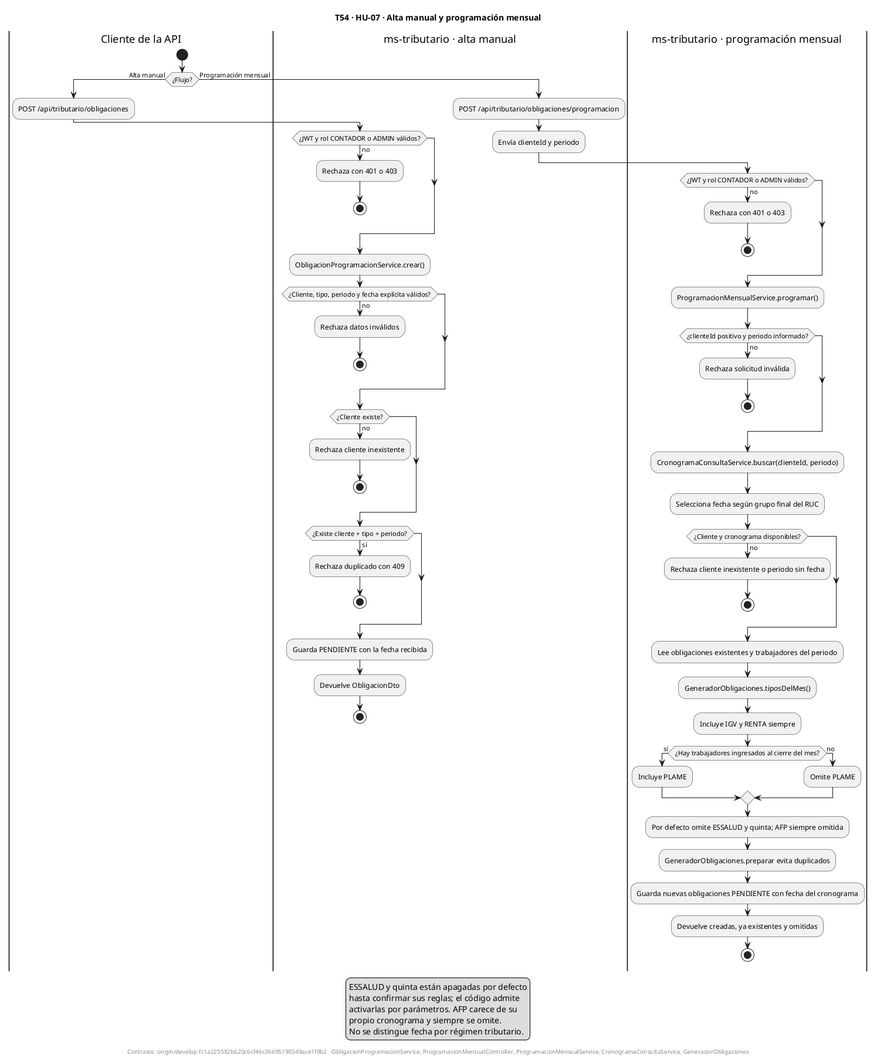
The PlantUML diagram docs/uml/img/T54-HU07-actividad.png in fabianrodriguez33/plus-contable, before a commit.
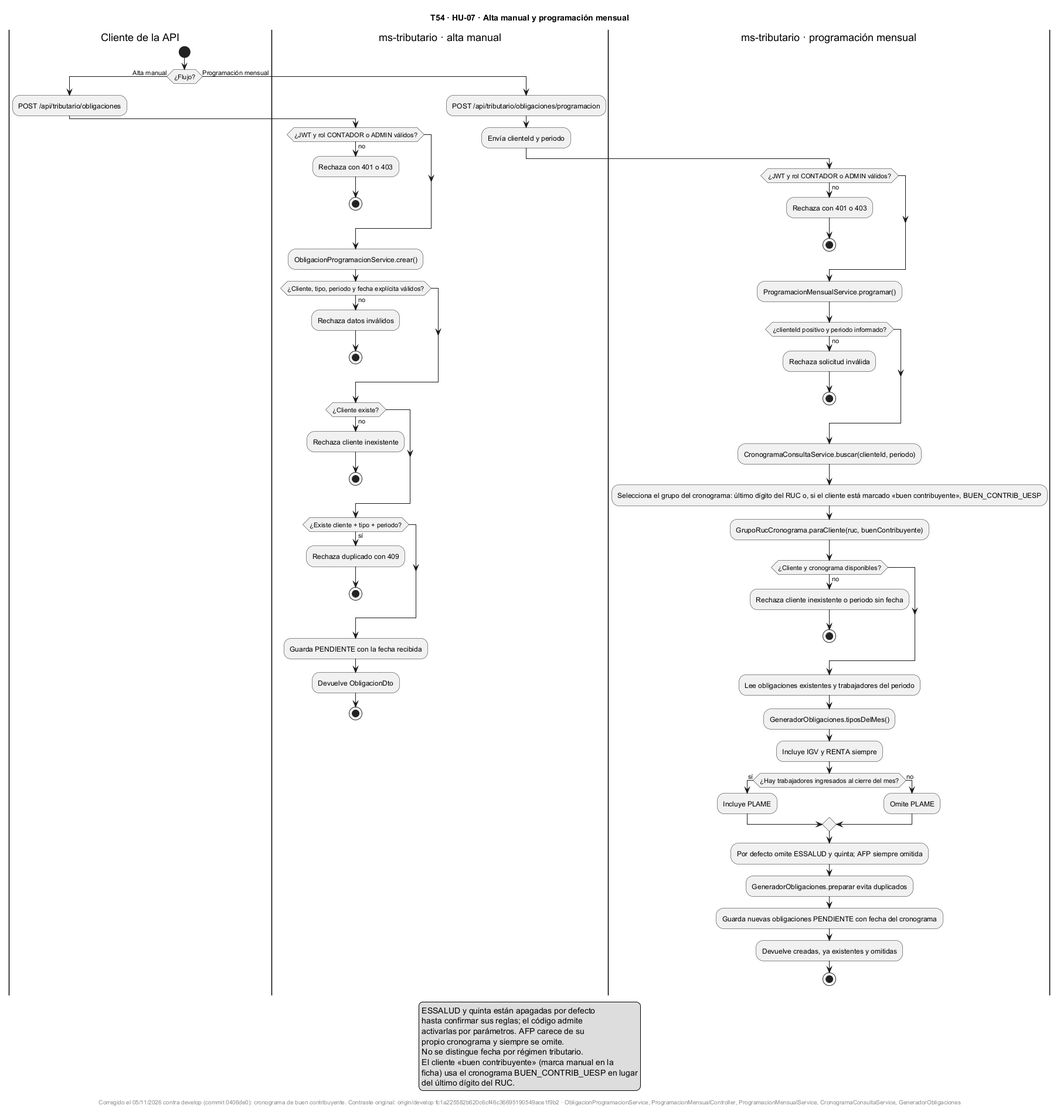
The same file after the commit.

Commit message:
docs(uml): corregir T22 (el commit de contraste es el merge del PR #16) y T54 (cronograma de buen contribuyente)

Diff of the diagram source:
```diff
@@ -40,7 +40,8 @@
     stop
   endif
   :CronogramaConsultaService.buscar(clienteId, periodo);
-  :Selecciona fecha según grupo final del RUC;
+  :Selecciona el grupo del cronograma: último dígito del RUC o, si el cliente está marcado «buen contribuyente», BUEN_CONTRIB_UESP;
+:GrupoRucCronograma.paraCliente(ruc, buenContribuyente);
   if (¿Cliente y cronograma disponibles?) then (no)
     :Rechaza cliente inexistente o periodo sin fecha;
     stop
@@ -65,6 +66,9 @@
   activarlas por parámetros. AFP carece de su
   propio cronograma y siempre se omite.
   No se distingue fecha por régimen tributario.
+  El cliente «buen contribuyente» (marca manual en la
+  ficha) usa el cronograma BUEN_CONTRIB_UESP en lugar
+  del último dígito del RUC.
 endlegend
-footer Contraste: origin/develop fc1a225582b620c6cf46c36695190549ace1f9b2 · ObligacionProgramacionService, ProgramacionMensualController, ProgramacionMensualService, CronogramaConsultaService, GeneradorObligaciones
+footer Corregido el 05/11/2026 contra develop (commit 0406de0): cronograma de buen contribuyente. Contraste original: origin/develop fc1a225582b620c6cf46c36695190549ace1f9b2 · ObligacionProgramacionService, ProgramacionMensualController, ProgramacionMensualService, CronogramaConsultaService, GeneradorObligaciones
 @enduml
```
